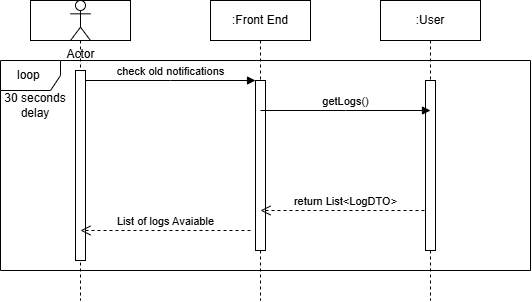
Earlier version of the draw.io export documentation/images/M4/FR5.png (dorawyy/CPEN321_CMIYC). Source tidied: cells renumbered, new cells last; positions are measured from the earlier drawing's top-left corner, leaving out a move shared by most shapes.
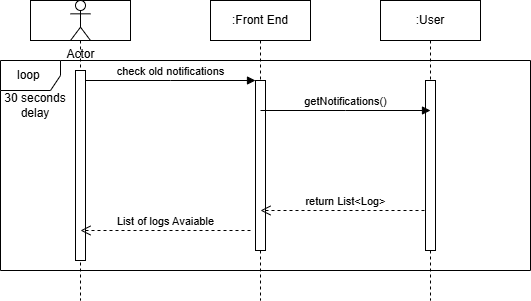
After the change.

What changed in the source:
```diff
@@ -21,7 +21,7 @@
         </Array>
       </mxGeometry>
     </mxCell>
-    <mxCell id="7" value="return List&amp;lt;LogDTO&amp;gt;" style="html=1;verticalAlign=bottom;endArrow=open;dashed=1;endSize=8;edgeStyle=elbowEdgeStyle;elbow=vertical;curved=0;rounded=0;" parent="1" edge="1">
+    <mxCell id="7" value="return List&amp;lt;Log&amp;gt;" style="html=1;verticalAlign=bottom;endArrow=open;dashed=1;endSize=8;edgeStyle=elbowEdgeStyle;elbow=vertical;curved=0;rounded=0;" parent="1" edge="1">
       <mxGeometry relative="1" as="geometry">
         <mxPoint x="430" y="210" as="sourcePoint" />
         <mxPoint x="260" y="210" as="targetPoint" />
@@ -39,7 +39,7 @@
     <mxCell id="10" style="html=1;perimeter=orthogonalPerimeter;targetShapes=umlLifeline;newEdgeStyle={&quot;edgeStyle&quot;:&quot;elbowEdgeStyle&quot;,&quot;elbow&quot;:&quot;vertical&quot;,&quot;curved&quot;:0,&quot;rounded&quot;:0};" parent="9" vertex="1">
       <mxGeometry x="45" y="80" width="10" height="170" as="geometry" />
     </mxCell>
-    <mxCell id="11" value="getLogs()" style="html=1;verticalAlign=bottom;endArrow=block;edgeStyle=elbowEdgeStyle;elbow=vertical;curved=0;rounded=0;" parent="1" edge="1">
+    <mxCell id="11" value="getNotifications()" style="html=1;verticalAlign=bottom;endArrow=block;edgeStyle=elbowEdgeStyle;elbow=vertical;curved=0;rounded=0;" parent="1" edge="1">
       <mxGeometry relative="1" as="geometry">
         <mxPoint x="260" y="110" as="sourcePoint" />
         <mxPoint x="430" y="110" as="targetPoint" />
```
